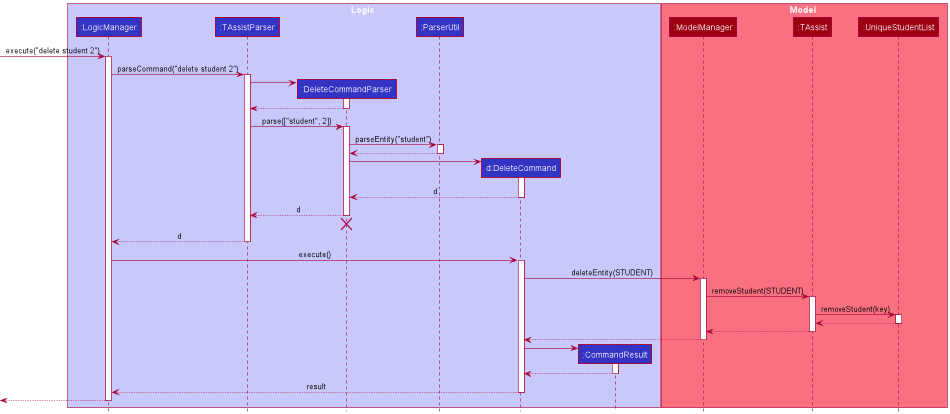
This is docs/images/DeleteSequenceDiagram.png from nus-cs2103-AY2122S2/tp, a PlantUML export, as it was before one commit.
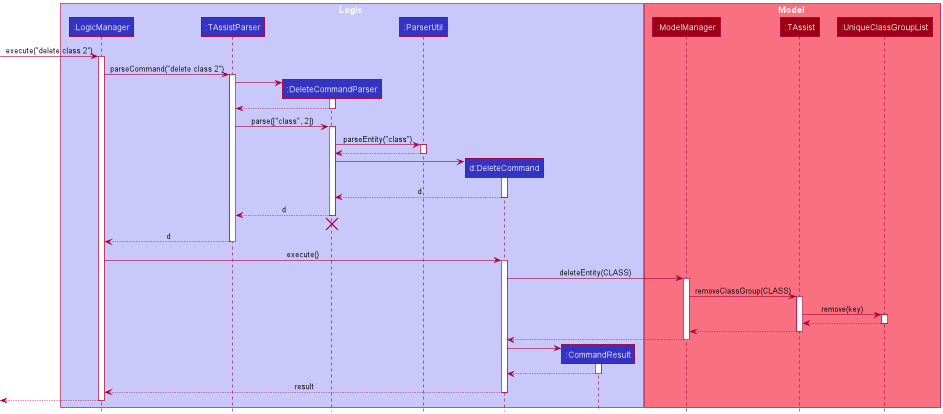
After the commit.

Commit message:
Update delete feature and model component in DG

What changed in the source:
```diff
@@ -13,13 +13,13 @@
 box Model MODEL_COLOR_T1
 participant ":ModelManager" as ModelManager MODEL_COLOR
 participant ":TAssist" as TAssist MODEL_COLOR
-participant ":UniqueStudentList" as UniqueStudentList MODEL_COLOR
+participant ":UniqueClassGroupList" as UniqueClassGroupList MODEL_COLOR
 end box
 
-[-> LogicManager : execute("delete student 2")
+[-> LogicManager : execute("delete class 2")
 activate LogicManager
 
-LogicManager -> TAssistParser : parseCommand("delete student 2")
+LogicManager -> TAssistParser : parseCommand("delete class 2")
 activate TAssistParser
 
 create DeleteCommandParser
@@ -29,10 +29,10 @@
 DeleteCommandParser --> TAssistParser
 deactivate DeleteCommandParser
 
-TAssistParser -> DeleteCommandParser : parse(["student", 2])
+TAssistParser -> DeleteCommandParser : parse(["class", 2])
 activate DeleteCommandParser
 
-DeleteCommandParser -> ParserUtil : parseEntity("student")
+DeleteCommandParser -> ParserUtil : parseEntity("class")
 activate ParserUtil
 
 ParserUtil --> DeleteCommandParser
@@ -56,17 +56,17 @@
 LogicManager -> DeleteCommand : execute()
 activate DeleteCommand
 
-DeleteCommand -> ModelManager : deleteEntity(STUDENT)
+DeleteCommand -> ModelManager : deleteEntity(CLASS)
 activate ModelManager
 
-ModelManager -> TAssist : removeStudent(STUDENT)
+ModelManager -> TAssist : removeClassGroup(CLASS)
 activate TAssist
 
-TAssist -> UniqueStudentList : removeStudent(key)
-activate UniqueStudentList
+TAssist -> UniqueClassGroupList : remove(key)
+activate UniqueClassGroupList
 
-UniqueStudentList --> TAssist
-deactivate UniqueStudentList
+UniqueClassGroupList --> TAssist
+deactivate UniqueClassGroupList
 
 TAssist --> ModelManager
 deactivate TAssist
```
